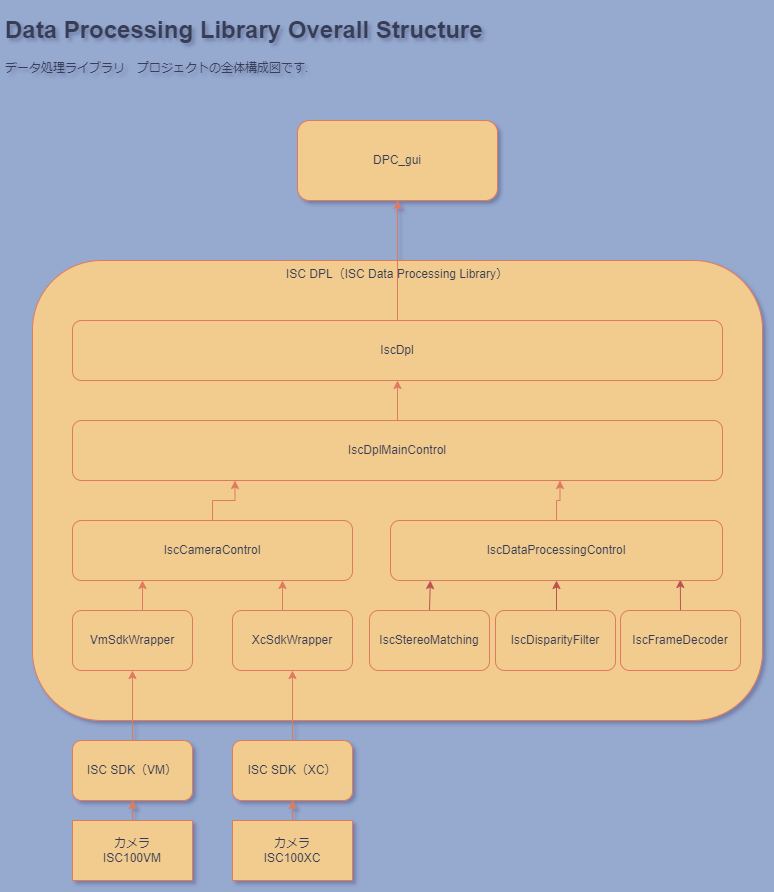
This is res/data_processing_lib-Overall-Structure.drawio.png from ITDLab/isc-dpl, a draw.io export, as it was before one commit. Source tidied: cells renumbered, new cells last; positions are measured from the earlier drawing's top-left corner, leaving out a move shared by most shapes.
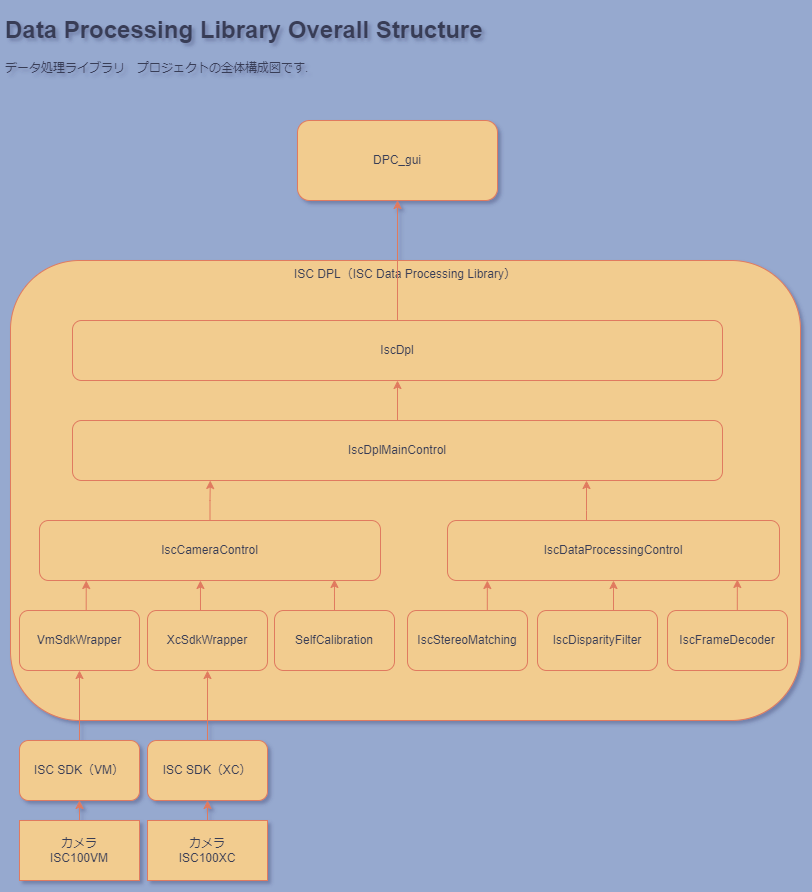
The same file after the commit.

Diff of the diagram source:
```diff
@@ -3,67 +3,66 @@
     <mxCell id="0" />
     <mxCell id="1" parent="0" />
     <mxCell id="2" value="ISC DPL（ISC Data Processing Library）" style="rounded=1;whiteSpace=wrap;html=1;verticalAlign=top;labelBackgroundColor=none;fillColor=#F2CC8F;strokeColor=#E07A5F;fontColor=#393C56;" parent="1" vertex="1">
-      <mxGeometry x="32" y="250" width="730" height="460" as="geometry" />
+      <mxGeometry x="10" y="250" width="790" height="460" as="geometry" />
     </mxCell>
     <mxCell id="3" style="edgeStyle=orthogonalEdgeStyle;rounded=0;jettySize=auto;html=1;exitX=0.5;exitY=0;exitDx=0;exitDy=0;entryX=0.5;entryY=1;entryDx=0;entryDy=0;labelBackgroundColor=none;strokeColor=#E07A5F;fontColor=default;" parent="1" edge="1" source="4" target="8">
       <mxGeometry relative="1" as="geometry" />
     </mxCell>
     <mxCell id="4" value="カメラ&lt;br&gt;ISC100VM" style="rounded=0;whiteSpace=wrap;html=1;labelBackgroundColor=none;fillColor=#F2CC8F;strokeColor=#E07A5F;fontColor=#393C56;" parent="1" vertex="1">
-      <mxGeometry x="72" y="810" width="120" height="60" as="geometry" />
+      <mxGeometry x="19" y="810" width="120" height="60" as="geometry" />
     </mxCell>
     <mxCell id="5" style="edgeStyle=orthogonalEdgeStyle;rounded=0;jettySize=auto;html=1;exitX=0.5;exitY=0;exitDx=0;exitDy=0;entryX=0.5;entryY=1;entryDx=0;entryDy=0;labelBackgroundColor=none;strokeColor=#E07A5F;fontColor=default;" parent="1" edge="1" source="6" target="10">
       <mxGeometry relative="1" as="geometry" />
     </mxCell>
     <mxCell id="6" value="カメラ&lt;br&gt;ISC100XC" style="rounded=0;whiteSpace=wrap;html=1;labelBackgroundColor=none;fillColor=#F2CC8F;strokeColor=#E07A5F;fontColor=#393C56;" parent="1" vertex="1">
-      <mxGeometry x="232" y="810" width="120" height="60" as="geometry" />
+      <mxGeometry x="147" y="810" width="120" height="60" as="geometry" />
     </mxCell>
     <mxCell id="7" style="edgeStyle=orthogonalEdgeStyle;rounded=0;jettySize=auto;html=1;exitX=0.5;exitY=0;exitDx=0;exitDy=0;entryX=0.5;entryY=1;entryDx=0;entryDy=0;labelBackgroundColor=none;strokeColor=#E07A5F;fontColor=default;" parent="1" edge="1" source="8" target="12">
       <mxGeometry relative="1" as="geometry" />
     </mxCell>
     <mxCell id="8" value="ISC SDK（VM）" style="rounded=1;whiteSpace=wrap;html=1;labelBackgroundColor=none;fillColor=#F2CC8F;strokeColor=#E07A5F;fontColor=#393C56;" parent="1" vertex="1">
-      <mxGeometry x="72" y="730" width="120" height="60" as="geometry" />
+      <mxGeometry x="19" y="730" width="120" height="60" as="geometry" />
     </mxCell>
-    <mxCell id="9" style="edgeStyle=orthogonalEdgeStyle;rounded=0;jettySize=auto;html=1;exitX=0.5;exitY=0;exitDx=0;exitDy=0;entryX=0.5;entryY=1;entryDx=0;entryDy=0;labelBackgroundColor=none;strokeColor=#E07A5F;fontColor=default;" parent="1" edge="1" source="10" target="14">
+    <mxCell id="9" style="edgeStyle=orthogonalEdgeStyle;rounded=0;jettySize=auto;html=1;exitX=0.5;exitY=0;exitDx=0;exitDy=0;strokeColor=#E07A5F;fontColor=default;fillColor=#F2CC8F;labelBackgroundColor=none;" parent="1" edge="1" source="10" target="14">
       <mxGeometry relative="1" as="geometry" />
     </mxCell>
     <mxCell id="10" value="ISC SDK（XC）" style="rounded=1;whiteSpace=wrap;html=1;labelBackgroundColor=none;fillColor=#F2CC8F;strokeColor=#E07A5F;fontColor=#393C56;" parent="1" vertex="1">
-      <mxGeometry x="232" y="730" width="120" height="60" as="geometry" />
+      <mxGeometry x="147" y="730" width="120" height="60" as="geometry" />
     </mxCell>
-    <mxCell id="11" style="edgeStyle=orthogonalEdgeStyle;rounded=0;jettySize=auto;html=1;exitX=0.5;exitY=0;exitDx=0;exitDy=0;entryX=0.25;entryY=1;entryDx=0;entryDy=0;labelBackgroundColor=none;strokeColor=#E07A5F;fontColor=default;" parent="1" edge="1" source="12" target="16">
+    <mxCell id="11" style="edgeStyle=orthogonalEdgeStyle;rounded=0;jettySize=auto;html=1;exitX=0.5;exitY=0;exitDx=0;exitDy=0;entryX=0.137;entryY=1;entryDx=0;entryDy=0;labelBackgroundColor=none;strokeColor=#E07A5F;fontColor=default;entryPerimeter=0;" parent="1" edge="1" source="12" target="16">
       <mxGeometry relative="1" as="geometry" />
     </mxCell>
     <mxCell id="12" value="VmSdkWrapper" style="rounded=1;whiteSpace=wrap;html=1;labelBackgroundColor=none;fillColor=#F2CC8F;strokeColor=#E07A5F;fontColor=#393C56;" parent="1" vertex="1">
-      <mxGeometry x="72" y="600" width="120" height="60" as="geometry" />
+      <mxGeometry x="19" y="600" width="120" height="60" as="geometry" />
     </mxCell>
-    <mxCell id="13" style="edgeStyle=orthogonalEdgeStyle;rounded=0;jettySize=auto;html=1;exitX=0.5;exitY=0;exitDx=0;exitDy=0;entryX=0.75;entryY=1;entryDx=0;entryDy=0;labelBackgroundColor=none;strokeColor=#E07A5F;fontColor=default;" parent="1" edge="1" source="14" target="16">
-      <mxGeometry relative="1" as="geometry" />
-    </mxCell>
     <mxCell id="14" value="XcSdkWrapper" style="rounded=1;whiteSpace=wrap;html=1;labelBackgroundColor=none;fillColor=#F2CC8F;strokeColor=#E07A5F;fontColor=#393C56;" parent="1" vertex="1">
-      <mxGeometry x="232" y="600" width="120" height="60" as="geometry" />
+      <mxGeometry x="147" y="600" width="120" height="60" as="geometry" />
     </mxCell>
-    <mxCell id="15" style="edgeStyle=orthogonalEdgeStyle;rounded=0;jettySize=auto;html=1;exitX=0.5;exitY=0;exitDx=0;exitDy=0;entryX=0.25;entryY=1;entryDx=0;entryDy=0;labelBackgroundColor=none;strokeColor=#E07A5F;fontColor=default;" parent="1" edge="1" source="16" target="24">
-      <mxGeometry relative="1" as="geometry" />
-    </mxCell>
     <mxCell id="16" value="IscCameraControl" style="rounded=1;whiteSpace=wrap;html=1;labelBackgroundColor=none;fillColor=#F2CC8F;strokeColor=#E07A5F;fontColor=#393C56;" parent="1" vertex="1">
-      <mxGeometry x="72" y="510" width="280" height="60" as="geometry" />
+      <mxGeometry x="39" y="510" width="341" height="60" as="geometry" />
     </mxCell>
-    <mxCell id="17" style="edgeStyle=orthogonalEdgeStyle;rounded=0;jettySize=auto;html=1;exitX=0.5;exitY=0;exitDx=0;exitDy=0;entryX=0.12;entryY=1;entryDx=0;entryDy=0;entryPerimeter=0;fillColor=#f8cecc;strokeColor=#b85450;" parent="1" edge="1" source="18" target="22">
+    <mxCell id="17" style="edgeStyle=orthogonalEdgeStyle;rounded=0;jettySize=auto;html=1;exitX=0.5;exitY=0;exitDx=0;exitDy=0;entryX=0.12;entryY=1;entryDx=0;entryDy=0;entryPerimeter=0;fillColor=#F2CC8F;strokeColor=#E07A5F;labelBackgroundColor=none;fontColor=default;" parent="1" edge="1" source="18" target="22">
       <mxGeometry relative="1" as="geometry" />
     </mxCell>
     <mxCell id="18" value="IscStereoMatching" style="rounded=1;whiteSpace=wrap;html=1;labelBackgroundColor=none;fillColor=#F2CC8F;strokeColor=#E07A5F;fontColor=#393C56;" parent="1" vertex="1">
-      <mxGeometry x="369" y="600" width="120" height="60" as="geometry" />
+      <mxGeometry x="407" y="600" width="120" height="60" as="geometry" />
     </mxCell>
-    <mxCell id="19" style="edgeStyle=orthogonalEdgeStyle;rounded=0;jettySize=auto;html=1;exitX=0.5;exitY=0;exitDx=0;exitDy=0;entryX=0.873;entryY=0.983;entryDx=0;entryDy=0;entryPerimeter=0;fillColor=#f8cecc;strokeColor=#b85450;" parent="1" edge="1" source="20" target="22">
+    <mxCell id="19" style="edgeStyle=orthogonalEdgeStyle;rounded=0;jettySize=auto;html=1;exitX=0.5;exitY=0;exitDx=0;exitDy=0;entryX=0.873;entryY=0.983;entryDx=0;entryDy=0;entryPerimeter=0;fillColor=#F2CC8F;strokeColor=#E07A5F;labelBackgroundColor=none;fontColor=default;" parent="1" edge="1" source="20" target="22">
       <mxGeometry relative="1" as="geometry" />
     </mxCell>
     <mxCell id="20" value="IscFrameDecoder" style="rounded=1;whiteSpace=wrap;html=1;labelBackgroundColor=none;fillColor=#F2CC8F;strokeColor=#E07A5F;fontColor=#393C56;" parent="1" vertex="1">
-      <mxGeometry x="620" y="600" width="120" height="60" as="geometry" />
+      <mxGeometry x="667" y="600" width="120" height="60" as="geometry" />
     </mxCell>
-    <mxCell id="21" style="edgeStyle=orthogonalEdgeStyle;rounded=0;jettySize=auto;html=1;exitX=0.5;exitY=0;exitDx=0;exitDy=0;entryX=0.75;entryY=1;entryDx=0;entryDy=0;labelBackgroundColor=none;strokeColor=#E07A5F;fontColor=default;" parent="1" edge="1" source="22" target="24">
-      <mxGeometry relative="1" as="geometry" />
+    <mxCell id="21" style="edgeStyle=orthogonalEdgeStyle;rounded=0;jettySize=auto;html=1;exitX=0.5;exitY=0;exitDx=0;exitDy=0;labelBackgroundColor=none;strokeColor=#E07A5F;fontColor=default;" parent="1" edge="1" source="22" target="24">
+      <mxGeometry relative="1" as="geometry">
+        <Array as="points">
+          <mxPoint x="586" y="500" />
+          <mxPoint x="586" y="500" />
+        </Array>
+      </mxGeometry>
     </mxCell>
     <mxCell id="22" value="IscDataProcessingControl" style="rounded=1;whiteSpace=wrap;html=1;labelBackgroundColor=none;fillColor=#F2CC8F;strokeColor=#E07A5F;fontColor=#393C56;" parent="1" vertex="1">
-      <mxGeometry x="390" y="510" width="332" height="60" as="geometry" />
+      <mxGeometry x="447" y="510" width="332" height="60" as="geometry" />
     </mxCell>
     <mxCell id="23" style="edgeStyle=orthogonalEdgeStyle;rounded=0;jettySize=auto;html=1;exitX=0.5;exitY=0;exitDx=0;exitDy=0;entryX=0.5;entryY=1;entryDx=0;entryDy=0;labelBackgroundColor=none;strokeColor=#E07A5F;fontColor=default;" parent="1" edge="1" source="24" target="26">
       <mxGeometry relative="1" as="geometry" />
@@ -83,11 +82,23 @@
     <mxCell id="28" value="&lt;h1&gt;Data Processing Library Overall Structure&lt;/h1&gt;&lt;p&gt;データ処理ライブラリ　プロジェクトの全体構成図です.&lt;/p&gt;" style="text;html=1;strokeColor=none;fillColor=none;spacing=5;spacingTop=-20;whiteSpace=wrap;overflow=hidden;rounded=0;fontColor=#393C56;labelBackgroundColor=none;" parent="1" vertex="1">
       <mxGeometry width="688" height="70" as="geometry" />
     </mxCell>
-    <mxCell id="29" style="edgeStyle=orthogonalEdgeStyle;rounded=0;jettySize=auto;html=1;exitX=0.5;exitY=0;exitDx=0;exitDy=0;entryX=0.5;entryY=1;entryDx=0;entryDy=0;fillColor=#f8cecc;strokeColor=#b85450;" parent="1" edge="1" source="30" target="22">
+    <mxCell id="29" style="edgeStyle=orthogonalEdgeStyle;rounded=0;jettySize=auto;html=1;exitX=0.5;exitY=0;exitDx=0;exitDy=0;entryX=0.5;entryY=1;entryDx=0;entryDy=0;fillColor=#F2CC8F;strokeColor=#E07A5F;labelBackgroundColor=none;fontColor=default;" parent="1" edge="1" source="30" target="22">
       <mxGeometry relative="1" as="geometry" />
     </mxCell>
     <mxCell id="30" value="IscDisparityFilter" style="rounded=1;whiteSpace=wrap;html=1;labelBackgroundColor=none;fillColor=#F2CC8F;strokeColor=#E07A5F;fontColor=#393C56;" parent="1" vertex="1">
-      <mxGeometry x="495" y="600" width="120" height="60" as="geometry" />
+      <mxGeometry x="537" y="600" width="120" height="60" as="geometry" />
     </mxCell>
+    <mxCell id="31" value="SelfCalibration" style="rounded=1;whiteSpace=wrap;html=1;labelBackgroundColor=none;fillColor=#F2CC8F;strokeColor=#E07A5F;fontColor=#393C56;" parent="1" vertex="1">
+      <mxGeometry x="274" y="600" width="120" height="60" as="geometry" />
+    </mxCell>
+    <mxCell id="32" style="edgeStyle=orthogonalEdgeStyle;rounded=0;jettySize=auto;html=1;exitX=0.5;exitY=0;exitDx=0;exitDy=0;entryX=0.865;entryY=0.983;entryDx=0;entryDy=0;entryPerimeter=0;fillColor=#F2CC8F;strokeColor=#E07A5F;labelBackgroundColor=none;fontColor=default;" parent="1" edge="1" source="31" target="16">
+      <mxGeometry relative="1" as="geometry" />
+    </mxCell>
+    <mxCell id="13" style="edgeStyle=orthogonalEdgeStyle;rounded=0;jettySize=auto;html=1;exitX=0.5;exitY=0;exitDx=0;exitDy=0;entryX=0.472;entryY=1;entryDx=0;entryDy=0;entryPerimeter=0;fillColor=#F2CC8F;strokeColor=#E07A5F;labelBackgroundColor=none;fontColor=default;" parent="1" edge="1" source="14" target="16">
+      <mxGeometry relative="1" as="geometry" />
+    </mxCell>
+    <mxCell id="15" style="edgeStyle=orthogonalEdgeStyle;rounded=0;jettySize=auto;html=1;exitX=0.5;exitY=0;exitDx=0;exitDy=0;entryX=0.212;entryY=1;entryDx=0;entryDy=0;entryPerimeter=0;strokeColor=#E07A5F;fontColor=default;fillColor=#F2CC8F;labelBackgroundColor=none;" parent="1" edge="1" source="16" target="24">
+      <mxGeometry relative="1" as="geometry" />
+    </mxCell>
   </root>
 </mxGraphModel>
```
